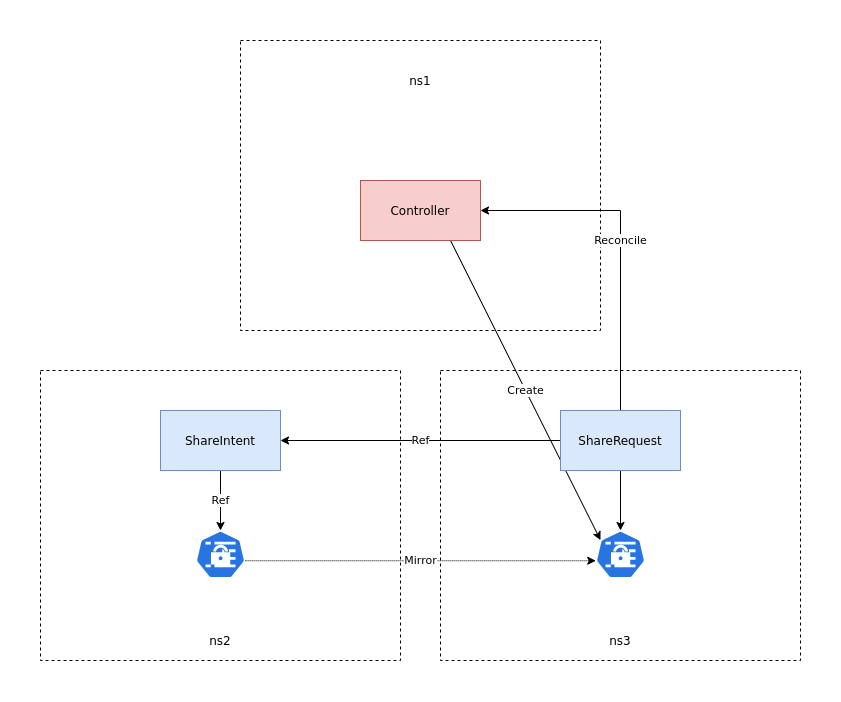
Above: assets/overview.png in phillebaba/dela (draw.io), before the change. Source tidied: cells renumbered, new cells last; positions are measured from the earlier drawing's top-left corner, leaving out a move shared by most shapes.
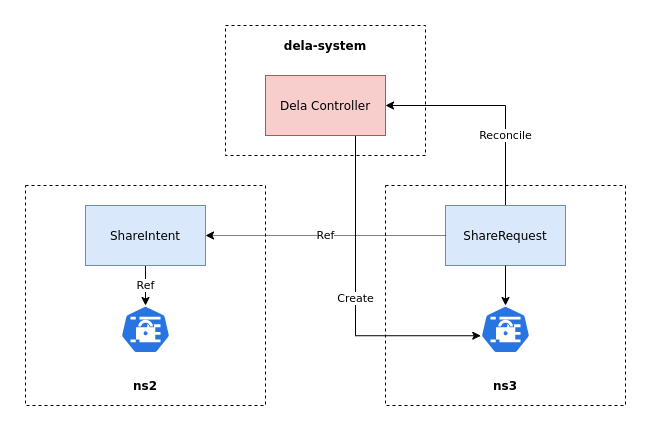
The same diagram one commit later.

Commit message:
Update overview diagram

What changed in the source:
```diff
@@ -3,59 +3,56 @@
     <mxCell id="0" />
     <mxCell id="1" parent="0" />
     <mxCell id="2" style="rounded=0;whiteSpace=wrap;html=1;dashed=1;" parent="1" vertex="1">
-      <mxGeometry x="200" width="360" height="290" as="geometry" />
+      <mxGeometry x="280" width="200" height="130" as="geometry" />
     </mxCell>
+    <mxCell id="4" style="rounded=0;whiteSpace=wrap;html=1;dashed=1;" parent="1" vertex="1">
+      <mxGeometry x="440" y="160" width="240" height="220" as="geometry" />
+    </mxCell>
+    <mxCell id="6" value="Reconcile" style="edgeStyle=orthogonalEdgeStyle;rounded=0;jettySize=auto;html=1;entryX=1;entryY=0.5;entryDx=0;entryDy=0;startArrow=none;startFill=0;endArrow=classic;endFill=1;" parent="1" edge="1" source="16" target="7">
+      <mxGeometry x="-0.36" relative="1" as="geometry">
+        <Array as="points">
+          <mxPoint x="560" y="80" />
+        </Array>
+      </mxGeometry>
+    </mxCell>
+    <mxCell id="16" value="ShareRequest" style="rounded=0;whiteSpace=wrap;html=1;fillColor=#dae8fc;strokeColor=#6c8ebf;" parent="1" vertex="1">
+      <mxGeometry x="500" y="180" width="120" height="60" as="geometry" />
+    </mxCell>
     <mxCell id="3" style="rounded=0;whiteSpace=wrap;html=1;dashed=1;" parent="1" vertex="1">
-      <mxGeometry y="330" width="360" height="290" as="geometry" />
+      <mxGeometry x="80" y="160" width="240" height="220" as="geometry" />
     </mxCell>
-    <mxCell id="4" style="rounded=0;whiteSpace=wrap;html=1;dashed=1;" parent="1" vertex="1">
-      <mxGeometry x="400" y="330" width="360" height="290" as="geometry" />
-    </mxCell>
-    <mxCell id="5" value="Create" style="rounded=0;jettySize=auto;html=1;exitX=0.75;exitY=1;exitDx=0;exitDy=0;entryX=0.1;entryY=0.2;entryDx=0;entryDy=0;entryPerimeter=0;" parent="1" edge="1" source="7" target="18">
+    <mxCell id="5" value="Create" style="edgeStyle=orthogonalEdgeStyle;rounded=0;jettySize=auto;html=1;exitX=0.75;exitY=1;exitDx=0;exitDy=0;entryX=0.005;entryY=0.63;entryDx=0;entryDy=0;entryPerimeter=0;startArrow=none;startFill=0;endArrow=classic;endFill=1;" parent="1" edge="1" source="7" target="18">
       <mxGeometry relative="1" as="geometry" />
     </mxCell>
-    <mxCell id="6" value="Reconcile" style="edgeStyle=orthogonalEdgeStyle;rounded=0;jettySize=auto;html=1;entryX=0.5;entryY=0;entryDx=0;entryDy=0;startArrow=classic;startFill=1;endArrow=none;endFill=0;" parent="1" edge="1" source="7" target="16">
-      <mxGeometry relative="1" as="geometry">
-        <Array as="points">
-          <mxPoint x="580" y="170" />
-        </Array>
-      </mxGeometry>
-    </mxCell>
-    <mxCell id="7" value="Controller" style="rounded=0;whiteSpace=wrap;html=1;fillColor=#f8cecc;strokeColor=#b85450;" parent="1" vertex="1">
-      <mxGeometry x="320" y="140" width="120" height="60" as="geometry" />
+    <mxCell id="7" value="Dela Controller" style="rounded=0;whiteSpace=wrap;html=1;fillColor=#f8cecc;strokeColor=#b85450;" parent="1" vertex="1">
+      <mxGeometry x="320" y="50" width="120" height="60" as="geometry" />
     </mxCell>
-    <mxCell id="8" value="ns1" style="text;html=1;strokeColor=none;fillColor=none;align=center;verticalAlign=middle;whiteSpace=wrap;rounded=0;" parent="1" vertex="1">
-      <mxGeometry x="340" y="30" width="80" height="20" as="geometry" />
+    <mxCell id="8" value="dela-system" style="text;html=1;strokeColor=none;fillColor=none;align=center;verticalAlign=middle;whiteSpace=wrap;rounded=0;fontStyle=1;" parent="1" vertex="1">
+      <mxGeometry x="330" y="10" width="100" height="20" as="geometry" />
     </mxCell>
-    <mxCell id="9" value="ns2" style="text;html=1;strokeColor=none;fillColor=none;align=center;verticalAlign=middle;whiteSpace=wrap;rounded=0;" parent="1" vertex="1">
-      <mxGeometry x="160" y="590" width="40" height="20" as="geometry" />
+    <mxCell id="9" value="ns2" style="text;html=1;strokeColor=none;fillColor=none;align=center;verticalAlign=middle;whiteSpace=wrap;rounded=0;fontStyle=1;" parent="1" vertex="1">
+      <mxGeometry x="180" y="350" width="40" height="20" as="geometry" />
     </mxCell>
-    <mxCell id="10" value="ns3" style="text;html=1;strokeColor=none;fillColor=none;align=center;verticalAlign=middle;whiteSpace=wrap;rounded=0;" parent="1" vertex="1">
-      <mxGeometry x="560" y="590" width="40" height="20" as="geometry" />
+    <mxCell id="10" value="ns3" style="text;html=1;strokeColor=none;fillColor=none;align=center;verticalAlign=middle;whiteSpace=wrap;rounded=0;fontStyle=1;" parent="1" vertex="1">
+      <mxGeometry x="540" y="350" width="40" height="20" as="geometry" />
     </mxCell>
     <mxCell id="11" value="Ref" style="edgeStyle=orthogonalEdgeStyle;rounded=0;jettySize=auto;html=1;exitX=0.5;exitY=1;exitDx=0;exitDy=0;entryX=0.5;entryY=0;entryDx=0;entryDy=0;entryPerimeter=0;" parent="1" edge="1" source="12" target="13">
       <mxGeometry relative="1" as="geometry" />
     </mxCell>
     <mxCell id="12" value="ShareIntent" style="rounded=0;whiteSpace=wrap;html=1;fillColor=#dae8fc;strokeColor=#6c8ebf;" parent="1" vertex="1">
-      <mxGeometry x="120" y="370" width="120" height="60" as="geometry" />
+      <mxGeometry x="140" y="180" width="120" height="60" as="geometry" />
     </mxCell>
     <mxCell id="13" style="html=1;dashed=0;whitespace=wrap;fillColor=#2875E2;strokeColor=#ffffff;points=[[0.005,0.63,0],[0.1,0.2,0],[0.9,0.2,0],[0.5,0,0],[0.995,0.63,0],[0.72,0.99,0],[0.5,1,0],[0.28,0.99,0]];shape=mxgraph.kubernetes.icon;prIcon=secret;" parent="1" vertex="1">
-      <mxGeometry x="155" y="490" width="50" height="48" as="geometry" />
+      <mxGeometry x="175" y="280" width="50" height="48" as="geometry" />
     </mxCell>
-    <mxCell id="14" value="Ref" style="edgeStyle=orthogonalEdgeStyle;rounded=0;jettySize=auto;html=1;entryX=1;entryY=0.5;entryDx=0;entryDy=0;" parent="1" edge="1" source="16" target="12">
+    <mxCell id="14" value="Ref" style="edgeStyle=orthogonalEdgeStyle;rounded=0;jettySize=auto;html=1;entryX=1;entryY=0.5;entryDx=0;entryDy=0;dashed=1;dashPattern=1 1;" parent="1" edge="1" source="16" target="12">
       <mxGeometry relative="1" as="geometry" />
     </mxCell>
     <mxCell id="15" style="edgeStyle=orthogonalEdgeStyle;rounded=0;jettySize=auto;html=1;entryX=0.5;entryY=0;entryDx=0;entryDy=0;entryPerimeter=0;" parent="1" edge="1" source="16" target="18">
       <mxGeometry relative="1" as="geometry" />
     </mxCell>
-    <mxCell id="16" value="ShareRequest" style="rounded=0;whiteSpace=wrap;html=1;fillColor=#dae8fc;strokeColor=#6c8ebf;" parent="1" vertex="1">
-      <mxGeometry x="520" y="370" width="120" height="60" as="geometry" />
-    </mxCell>
-    <mxCell id="17" value="Mirror" style="edgeStyle=orthogonalEdgeStyle;rounded=0;jettySize=auto;html=1;exitX=0.005;exitY=0.63;exitDx=0;exitDy=0;exitPerimeter=0;entryX=0.995;entryY=0.63;entryDx=0;entryDy=0;entryPerimeter=0;dashed=1;dashPattern=1 1;startArrow=classic;startFill=1;endArrow=none;endFill=0;" parent="1" edge="1" source="18" target="13">
-      <mxGeometry relative="1" as="geometry" />
-    </mxCell>
     <mxCell id="18" style="html=1;dashed=0;whitespace=wrap;fillColor=#2875E2;strokeColor=#ffffff;points=[[0.005,0.63,0],[0.1,0.2,0],[0.9,0.2,0],[0.5,0,0],[0.995,0.63,0],[0.72,0.99,0],[0.5,1,0],[0.28,0.99,0]];shape=mxgraph.kubernetes.icon;prIcon=secret;" parent="1" vertex="1">
-      <mxGeometry x="555" y="490" width="50" height="48" as="geometry" />
+      <mxGeometry x="535" y="280" width="50" height="48" as="geometry" />
     </mxCell>
   </root>
 </mxGraphModel>
```
